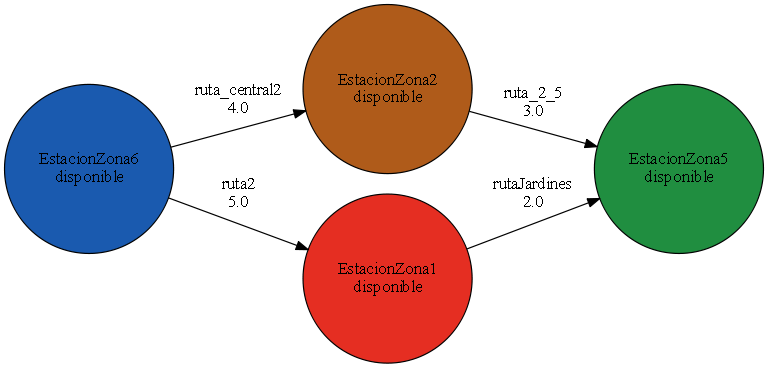
This is Reporte_Mapa.gv.png from bram814/-LFP-Proyecto1_201800937, a Graphviz export, as it was before one commit. Its source is kept beside it as Reporte_Mapa.gv. Its diagram source:
```dot
digraph Reporte_Mapa {
	rankdir=LR size="8,5"
	node [shape=circle]
	"EstacionZona6
disponible" [fillcolor="#1A5AAF" style=filled]
	"EstacionZona2
disponible" [fillcolor="#AF5B1A" style=filled]
	"EstacionZona1
disponible" [fillcolor="#E52E22" style=filled]
	"EstacionZona5
disponible" [fillcolor="#208E40" style=filled]
	"EstacionZona6
disponible" -> "EstacionZona2
disponible" [label="ruta_central2
4.0"]
	"EstacionZona6
disponible" -> "EstacionZona1
disponible" [label="ruta2
5.0"]
	"EstacionZona1
disponible" -> "EstacionZona5
disponible" [label="rutaJardines
2.0"]
	"EstacionZona2
disponible" -> "EstacionZona5
disponible" [label="ruta_2_5
3.0"]
}
```
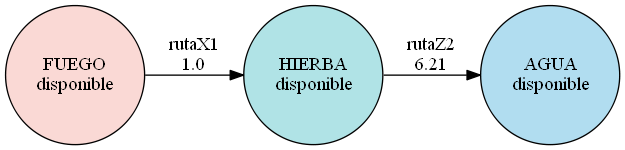
The same diagram one commit later.

Diff of the diagram source:
```diff
@@ -1,28 +1,18 @@
 digraph Reporte_Mapa {
-	rankdir=LR size="8,5"
+	rankdir=LR size=9
 	node [shape=circle]
-	"EstacionZona6
-disponible" [fillcolor="#1A5AAF" style=filled]
-	"EstacionZona2
-disponible" [fillcolor="#AF5B1A" style=filled]
-	"EstacionZona1
-disponible" [fillcolor="#E52E22" style=filled]
-	"EstacionZona5
-disponible" [fillcolor="#208E40" style=filled]
-	"EstacionZona6
-disponible" -> "EstacionZona2
-disponible" [label="ruta_central2
-4.0"]
-	"EstacionZona6
-disponible" -> "EstacionZona1
-disponible" [label="ruta2
-5.0"]
-	"EstacionZona1
-disponible" -> "EstacionZona5
-disponible" [label="rutaJardines
-2.0"]
-	"EstacionZona2
-disponible" -> "EstacionZona5
-disponible" [label="ruta_2_5
-3.0"]
+	"FUEGO
+disponible" [fillcolor="#fad9d5" style=filled]
+	"HIERBA
+disponible" [fillcolor="#b0e3e6" style=filled]
+	"AGUA
+disponible" [fillcolor="#b1ddf0" style=filled]
+	"FUEGO
+disponible" -> "HIERBA
+disponible" [label="rutaX1
+1.0"]
+	"HIERBA
+disponible" -> "AGUA
+disponible" [label="rutaZ2
+6.21"]
 }
```
